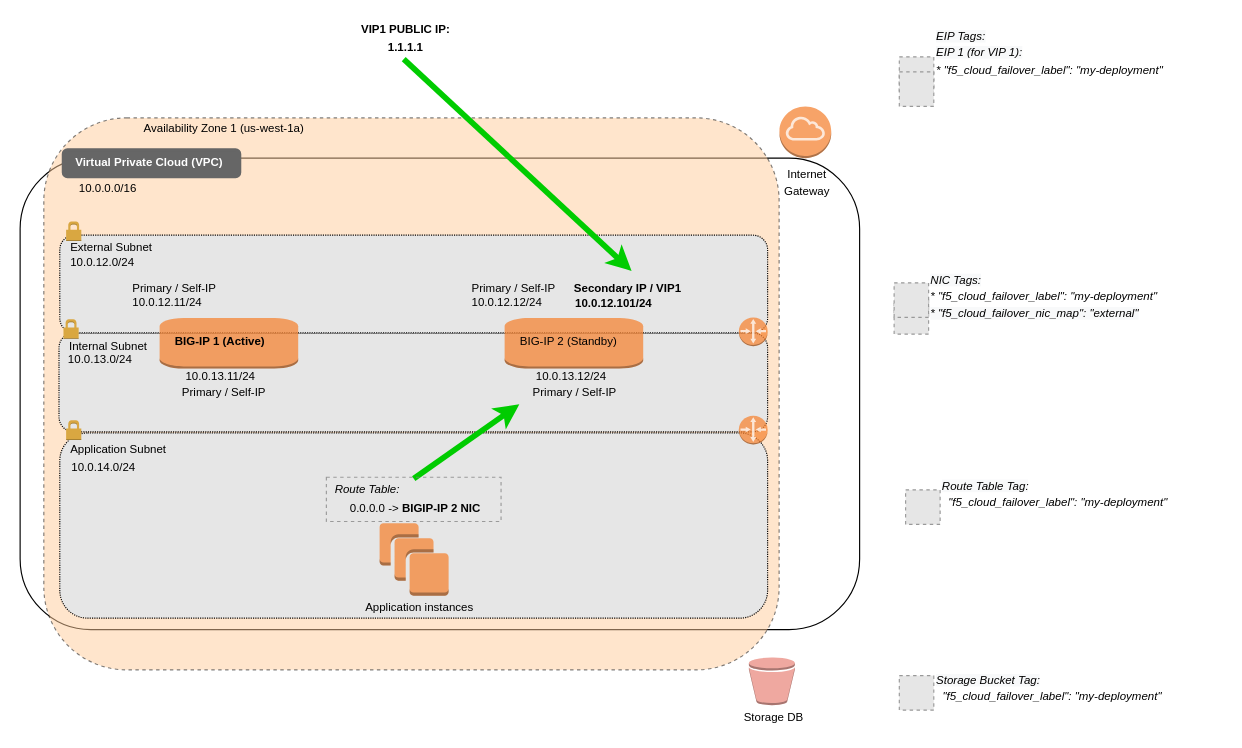
F5Networks/f5-cloud-failover-extension keeps this draw.io diagram as docs/images/aws/aws-failover-same-net-3nic-2.drawio. Above is the earlier version. Source tidied: cells renumbered, new cells numbered last; positions are measured from the earlier drawing's top-left corner, leaving out a move shared by most shapes. Both pictures are drawn from the tidied source at 115%, with x=0, y=0 at pixel (20, 20). Pictures stored in the file or linked from it are replaced by grey dashed boxes.
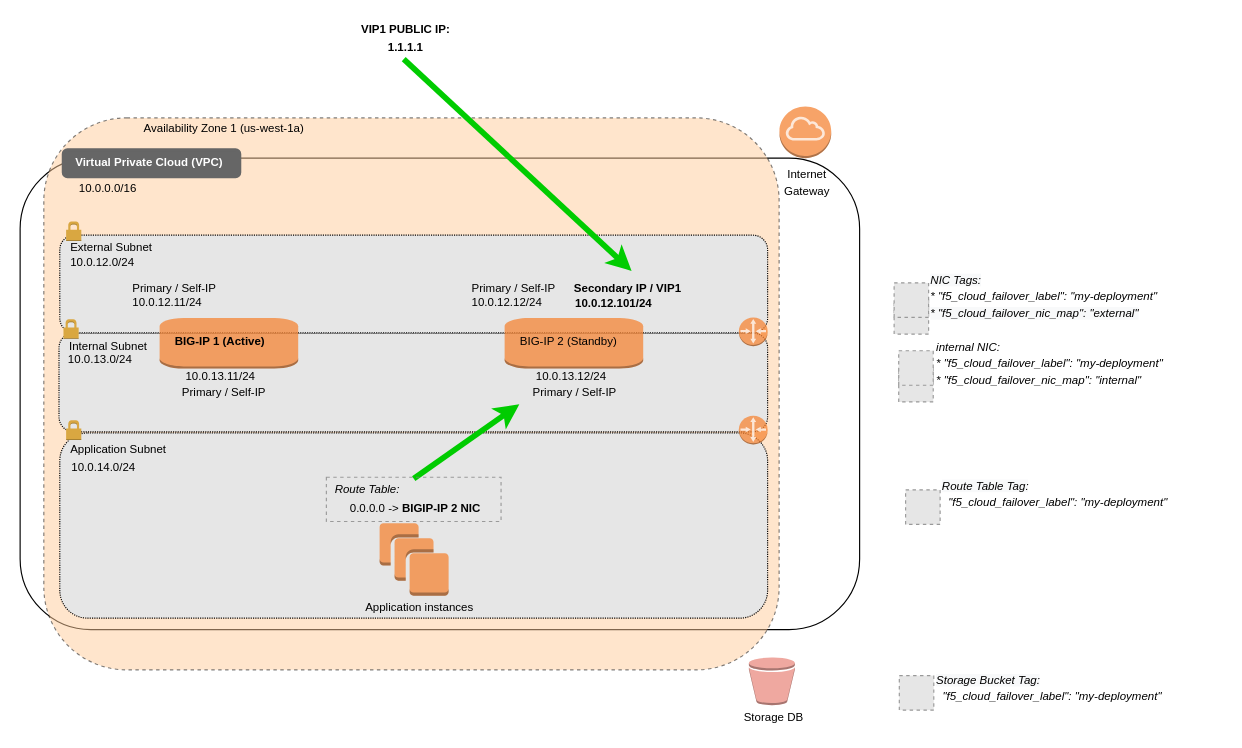
The same diagram, later.

What changed in the source:
```diff
@@
-    <mxCell id="43" value="&lt;font style=&quot;font-size: 10px&quot;&gt;&lt;i style=&quot;color: rgb(0 , 0 , 0) ; font-family: &amp;#34;helvetica&amp;#34; ; font-weight: 400 ; letter-spacing: normal ; text-align: center ; text-indent: 0px ; text-transform: none ; word-spacing: 0px ; background-color: rgb(248 , 249 , 250)&quot;&gt;EIP Tags: &lt;br&gt;EIP 1 (for VIP 1):&lt;br&gt;&lt;/i&gt;&lt;i style=&quot;font-family: &amp;#34;helvetica&amp;#34; ; text-align: center&quot;&gt;* &quot;f5_cloud_failover_label&quot;: &quot;my-deployment&quot;&lt;br&gt;&lt;/i&gt;&lt;i style=&quot;color: rgb(0 , 0 , 0) ; font-family: &amp;#34;helvetica&amp;#34; ; font-weight: 400 ; letter-spacing: normal ; text-align: center ; text-indent: 0px ; text-transform: none ; word-spacing: 0px ; background-color: rgb(248 , 249 , 250)&quot;&gt;&lt;br&gt;&lt;/i&gt;&lt;i style=&quot;color: rgb(0 , 0 , 0) ; font-family: &amp;#34;helvetica&amp;#34; ; font-weight: 400 ; letter-spacing: normal ; text-align: center ; text-indent: 0px ; text-transform: none ; word-spacing: 0px ; background-color: rgb(248 , 249 , 250)&quot;&gt;&lt;br&gt;&lt;/i&gt;&lt;/font&gt;" style="text;whiteSpace=wrap;html=1;fontColor=#000000;" parent="1" vertex="1">
-      <mxGeometry x="794.5" width="250" height="75" as="geometry" />
-    </mxCell>
-    <mxCell id="44" style="fillColor=#E6E6E6;strokeColor=#999999;dashed=1;html=1;verticalAlign=top;verticalLabelPosition=bottom;labelBackgroundColor=#ffffff;fontColor=#000000;align=left;" parent="1" vertex="1">
-      <mxGeometry x="764.5" y="32" width="30" height="30" as="geometry" />
-    </mxCell>
-    <mxCell id="45" style="fillColor=#E6E6E6;strokeColor=#999999;dashed=1;html=1;verticalAlign=top;verticalLabelPosition=bottom;labelBackgroundColor=#ffffff;fontColor=#000000;align=left;" parent="1" vertex="1">
-      <mxGeometry x="764.5" y="45" width="30" height="30" as="geometry" />
-    </mxCell>
@@
+    <mxCell id="58" style="fillColor=#E6E6E6;strokeColor=#999999;dashed=1;html=1;verticalAlign=top;verticalLabelPosition=bottom;labelBackgroundColor=#ffffff;fontColor=#000000;align=left;" parent="1" vertex="1">
+      <mxGeometry x="764" y="302" width="30" height="30" as="geometry" />
+    </mxCell>
+    <mxCell id="59" style="fillColor=#E6E6E6;strokeColor=#999999;dashed=1;html=1;verticalAlign=top;verticalLabelPosition=bottom;labelBackgroundColor=#ffffff;fontColor=#000000;align=left;" parent="1" vertex="1">
+      <mxGeometry x="764" y="287.5" width="30" height="30" as="geometry" />
+    </mxCell>
+    <mxCell id="60" value="&lt;font style=&quot;font-size: 10px&quot;&gt;&lt;i style=&quot;font-family: &amp;#34;helvetica&amp;#34; ; text-align: center&quot;&gt;internal NIC:&lt;br&gt;&lt;/i&gt;&lt;i style=&quot;font-family: &amp;#34;helvetica&amp;#34; ; text-align: center&quot;&gt;* &quot;f5_cloud_failover_label&quot;: &quot;my-deployment&quot;&lt;br&gt;&lt;/i&gt;&lt;i style=&quot;font-family: &amp;#34;helvetica&amp;#34; ; text-align: center&quot;&gt;* &quot;f5_cloud_failover_nic_map&quot;: &quot;internal&quot;&lt;/i&gt;&lt;i style=&quot;color: rgb(0 , 0 , 0) ; font-family: &amp;#34;helvetica&amp;#34; ; font-weight: 400 ; letter-spacing: normal ; text-align: center ; text-indent: 0px ; text-transform: none ; word-spacing: 0px ; background-color: rgb(248 , 249 , 250)&quot;&gt;&lt;br&gt;&lt;br&gt;&lt;br&gt;&lt;/i&gt;&lt;/font&gt;" style="text;whiteSpace=wrap;html=1;fontColor=#000000;" parent="1" vertex="1">
+      <mxGeometry x="795" y="270" width="250" height="53" as="geometry" />
+    </mxCell>
```
